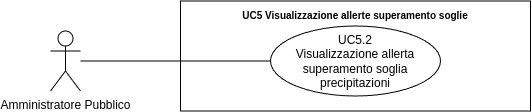
Above: src/3_PB/AnalisiDeiRequisiti/assets/UML/UC5.2_Visualizzazione-allerte-superamento-soglia-precipitazioni.png in SWATEngineering/Docs (draw.io), before the change. Source tidied: cells renumbered, new cells last; positions are measured from the earlier drawing's top-left corner, leaving out a move shared by most shapes.
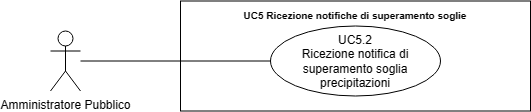
Above is the later version.

What changed in the source:
```diff
@@ -5,10 +5,10 @@
     <mxCell id="2" value="Amministratore Pubblico" style="shape=umlActor;verticalLabelPosition=bottom;verticalAlign=top;html=1;outlineConnect=0;" parent="1" vertex="1">
       <mxGeometry y="29.5" width="30" height="60" as="geometry" />
     </mxCell>
-    <mxCell id="3" value="&lt;b style=&quot;border-color: var(--border-color);&quot;&gt;&lt;font style=&quot;border-color: var(--border-color); font-size: 10px;&quot;&gt;UC5 Visualizzazione allerte superamento soglie&lt;/font&gt;&lt;/b&gt;" style="shape=rect;html=1;verticalAlign=top;fontStyle=1;whiteSpace=wrap;align=center;" parent="1" vertex="1">
+    <mxCell id="3" value="&lt;b style=&quot;border-color: var(--border-color);&quot;&gt;&lt;font style=&quot;border-color: var(--border-color); font-size: 10px;&quot;&gt;UC5 Ricezione notifiche di superamento soglie&lt;/font&gt;&lt;/b&gt;" style="shape=rect;html=1;verticalAlign=top;fontStyle=1;whiteSpace=wrap;align=center;" parent="1" vertex="1">
       <mxGeometry x="130" y="-0.5" width="350" height="110" as="geometry" />
     </mxCell>
-    <mxCell id="4" value="UC5.2&lt;br&gt;Visualizzazione allerta superamento soglia precipitazioni" style="ellipse;whiteSpace=wrap;html=1;" parent="1" vertex="1">
+    <mxCell id="4" value="UC5.2&lt;br&gt;Ricezione notifica di superamento soglia precipitazioni" style="ellipse;whiteSpace=wrap;html=1;" parent="1" vertex="1">
       <mxGeometry x="220" y="24.5" width="170" height="70" as="geometry" />
     </mxCell>
     <mxCell id="5" style="edgeStyle=none;html=1;endArrow=none;verticalAlign=bottom;rounded=0;" parent="1" edge="1" source="2" target="4">
```
